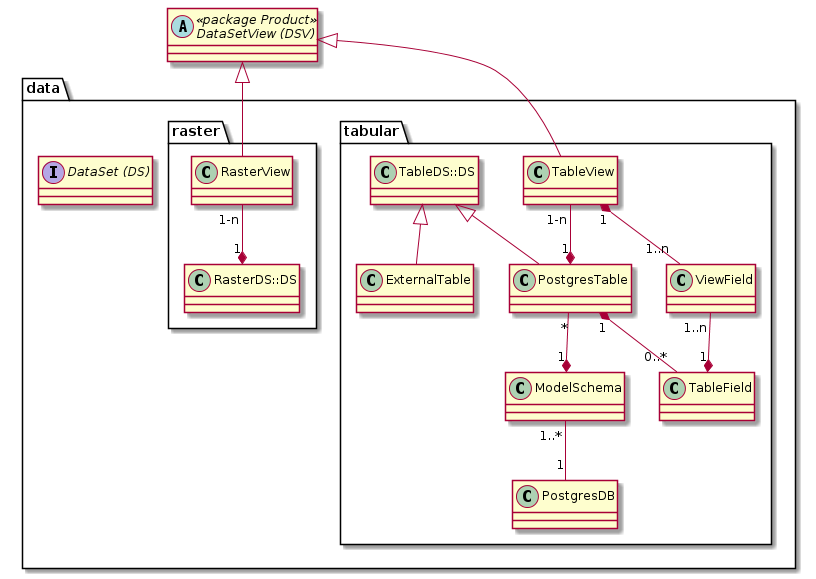
The PlantUML diagram code/doc/puml/rendered/data.png in sogis/simi, before a commit.
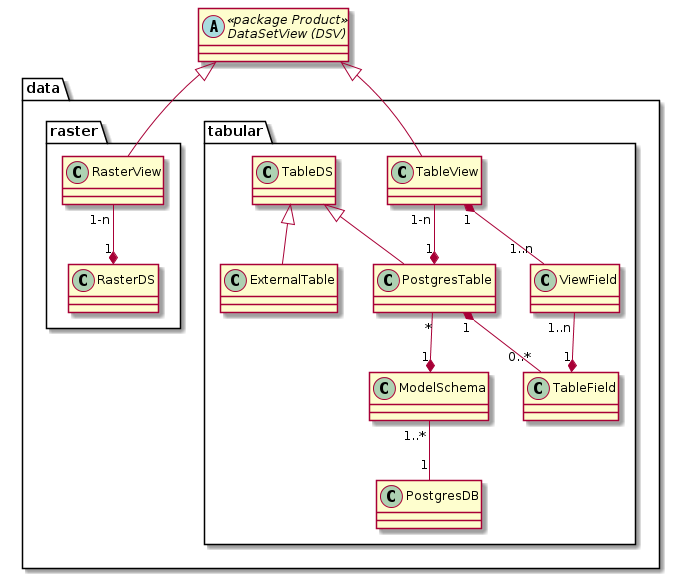
Later version of the same file.

Diff of the diagram source:
```diff
@@ -3,11 +3,9 @@
 
 package data {
 
-    interface "DataSet (DS)" as ds
-
     package tabular {
         class "TableView" as tv
-        class "TableDS::DS" as tds
+        class "TableDS" as tds
         class "PostgresTable" as pt
         class "ExternalTable" as et
         class "PostgresDB" as pdb
@@ -31,14 +29,12 @@
 
     package "raster"{
         class "RasterView" as rv
-        class "RasterDS::DS" as rds
+        class "RasterDS" as rds
 
         rv "1-n" --* "1" rds
     }
 
     dsv <|-- tv
     dsv <|-- rv
-
-    dsv -[hidden]-> ds
 }
 @enduml
```
